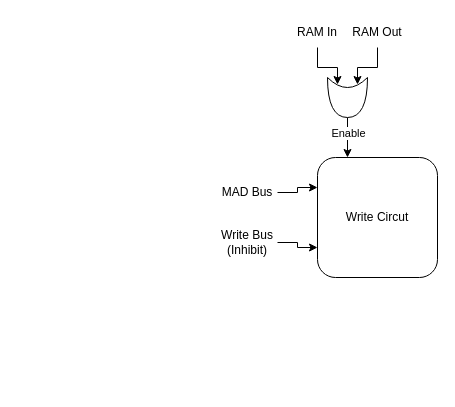
The draw.io diagram page "Write" (4 of 4) of General/Magnetic Memory.drawio in omzz15/Magnetic-Memory, before the edit. Source tidied: cells renumbered, new cells numbered last; positions are measured from the earlier drawing's top-left corner, leaving out a move shared by most shapes. Both pictures are drawn from the tidied source at 100%, with x=0, y=0 at pixel (217, 17).
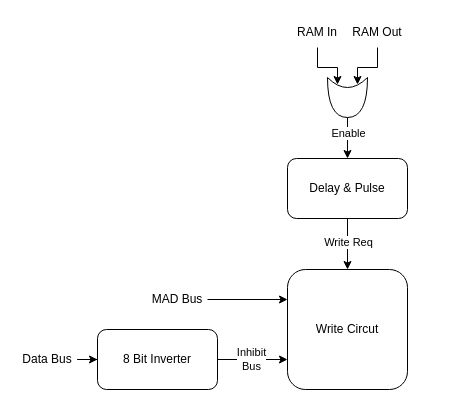
Above is the later version.

Unchanged cells that the change refers to:
```xml
<mxCell id="7" style="shape=xor;whiteSpace=wrap;html=1;rotation=90;" parent="1" vertex="1">
  <mxGeometry x="110" y="60" width="40" height="40" as="geometry" />
</mxCell>
```

Diff of the diagram source:
```diff
@@
     <mxCell id="2" value="Write Circut" style="rounded=1;whiteSpace=wrap;html=1;" parent="1" vertex="1">
-      <mxGeometry x="100" y="140" width="120" height="120" as="geometry" />
+      <mxGeometry x="70" y="252" width="120" height="120" as="geometry" />
     </mxCell>
-    <mxCell id="3" style="edgeStyle=orthogonalEdgeStyle;rounded=0;jettySize=auto;html=1;entryX=0;entryY=0.75;entryDx=0;entryDy=0;" parent="1" edge="1" source="4" target="2">
-      <mxGeometry relative="1" as="geometry" />
-    </mxCell>
-    <mxCell id="4" value="Write Bus (Inhibit)" style="text;html=1;strokeColor=none;fillColor=none;align=center;verticalAlign=middle;whiteSpace=wrap;rounded=0;" parent="1" vertex="1">
-      <mxGeometry y="210" width="60" height="30" as="geometry" />
-    </mxCell>
-    <mxCell id="5" style="edgeStyle=orthogonalEdgeStyle;rounded=0;jettySize=auto;html=1;exitX=1;exitY=0.5;exitDx=0;exitDy=0;exitPerimeter=0;entryX=0.25;entryY=0;entryDx=0;entryDy=0;" parent="1" edge="1" source="7" target="2">
-      <mxGeometry relative="1" as="geometry" />
+    <mxCell id="5" style="edgeStyle=orthogonalEdgeStyle;rounded=0;orthogonalLoop=1;jettySize=auto;html=1;exitX=1;exitY=0.5;exitDx=0;exitDy=0;exitPerimeter=0;" parent="1" edge="1">
+      <mxGeometry relative="1" as="geometry">
+        <mxPoint x="130" y="98" as="sourcePoint" />
+        <mxPoint x="130" y="141" as="targetPoint" />
+      </mxGeometry>
     </mxCell>
@@
     <mxCell id="13" value="MAD Bus" style="text;html=1;strokeColor=none;fillColor=none;align=center;verticalAlign=middle;whiteSpace=wrap;rounded=0;" parent="1" vertex="1">
-      <mxGeometry y="160" width="60" height="30" as="geometry" />
+      <mxGeometry x="-70" y="262" width="60" height="40" as="geometry" />
     </mxCell>
+    <mxCell id="14" style="edgeStyle=orthogonalEdgeStyle;rounded=0;jettySize=auto;html=1;entryX=0;entryY=0.5;entryDx=0;entryDy=0;" parent="1" edge="1" source="15" target="18">
+      <mxGeometry relative="1" as="geometry" />
+    </mxCell>
+    <mxCell id="15" value="Data Bus" style="text;html=1;strokeColor=none;fillColor=none;align=center;verticalAlign=middle;whiteSpace=wrap;rounded=0;" parent="1" vertex="1">
+      <mxGeometry x="-200" y="327" width="60" height="30" as="geometry" />
+    </mxCell>
+    <mxCell id="16" style="edgeStyle=orthogonalEdgeStyle;rounded=0;jettySize=auto;html=1;entryX=0;entryY=0.75;entryDx=0;entryDy=0;" parent="1" edge="1" source="18" target="2">
+      <mxGeometry relative="1" as="geometry" />
+    </mxCell>
+    <mxCell id="17" value="Inhibit&lt;br&gt;Bus" style="edgeLabel;html=1;align=center;verticalAlign=middle;" parent="16" vertex="1">
+      <mxGeometry x="-0.05" y="1" relative="1" as="geometry" />
+    </mxCell>
+    <mxCell id="18" value="8 Bit Inverter" style="rounded=1;whiteSpace=wrap;html=1;" parent="1" vertex="1">
+      <mxGeometry x="-120" y="312" width="120" height="60" as="geometry" />
+    </mxCell>
+    <mxCell id="19" style="edgeStyle=orthogonalEdgeStyle;rounded=0;jettySize=auto;html=1;entryX=0.5;entryY=0;entryDx=0;entryDy=0;" parent="1" edge="1" source="21" target="2">
+      <mxGeometry relative="1" as="geometry" />
+    </mxCell>
+    <mxCell id="20" value="Write Req" style="edgeLabel;html=1;align=center;verticalAlign=middle;" parent="19" vertex="1">
+      <mxGeometry x="-0.08" relative="1" as="geometry" />
+    </mxCell>
+    <mxCell id="21" value="Delay &amp;amp; Pulse" style="rounded=1;whiteSpace=wrap;html=1;" parent="1" vertex="1">
+      <mxGeometry x="70" y="141" width="120" height="60" as="geometry" />
+    </mxCell>
```
